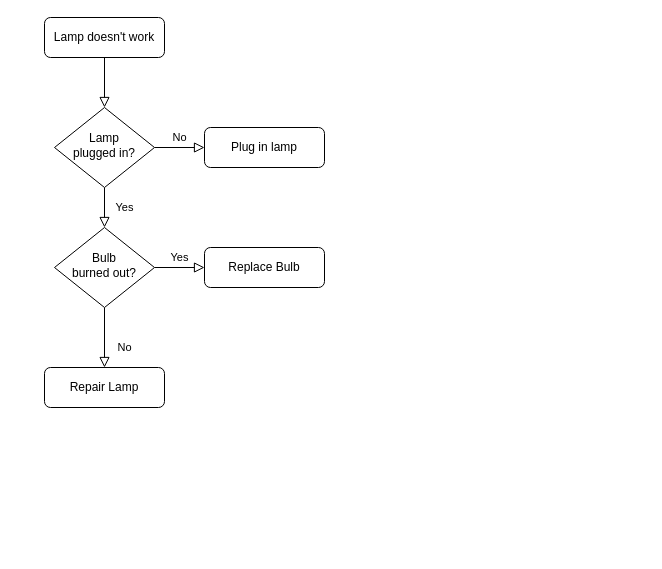
Earlier version of the draw.io diagram Untitled Diagram.drawio (mimcmahon20/Path-Finder). Source tidied: cells renumbered, new cells numbered last; positions are measured from the earlier drawing's top-left corner, leaving out a move shared by most shapes. Both pictures are drawn from the tidied source at 100%, with x=0, y=0 at pixel (44, 17).
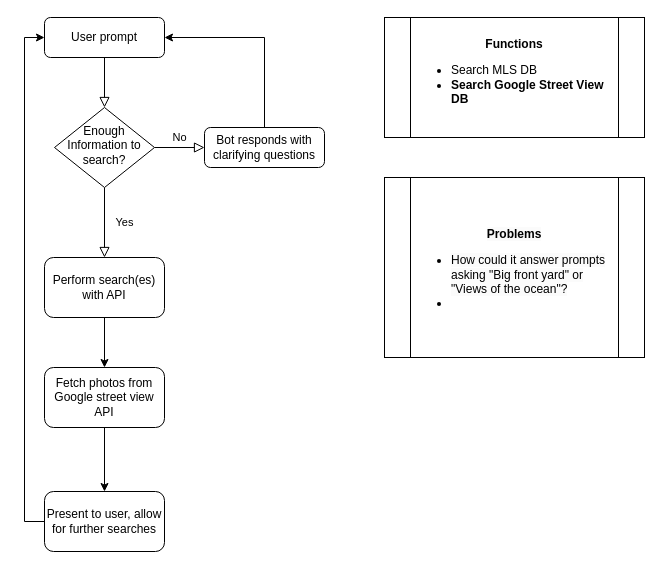
The same diagram, later.

What changed in the source:
```diff
@@
 <mxGraphModel>
   <root>
     <mxCell id="0" />
     <mxCell id="1" parent="0" />
     <mxCell id="2" style="rounded=0;html=1;jettySize=auto;fontSize=11;endArrow=block;endFill=0;endSize=8;strokeWidth=1;shadow=0;labelBackgroundColor=none;edgeStyle=orthogonalEdgeStyle;" parent="1" edge="1" source="3" target="6">
       <mxGeometry relative="1" as="geometry" />
     </mxCell>
-    <mxCell id="3" value="Lamp doesn't work" style="rounded=1;whiteSpace=wrap;html=1;fontSize=12;glass=0;strokeWidth=1;shadow=0;" parent="1" vertex="1">
+    <mxCell id="3" value="User prompt" style="rounded=1;whiteSpace=wrap;html=1;fontSize=12;glass=0;strokeWidth=1;shadow=0;" parent="1" vertex="1">
       <mxGeometry width="120" height="40" as="geometry" />
     </mxCell>
-    <mxCell id="4" value="Yes" style="rounded=0;html=1;jettySize=auto;fontSize=11;endArrow=block;endFill=0;endSize=8;strokeWidth=1;shadow=0;labelBackgroundColor=none;edgeStyle=orthogonalEdgeStyle;" parent="1" edge="1" source="6" target="10">
+    <mxCell id="4" value="Yes" style="rounded=0;html=1;jettySize=auto;fontSize=11;endArrow=block;endFill=0;endSize=8;strokeWidth=1;shadow=0;labelBackgroundColor=none;edgeStyle=orthogonalEdgeStyle;" parent="1" edge="1" source="6" target="17">
       <mxGeometry y="20" relative="1" as="geometry" />
     </mxCell>
     <mxCell id="5" value="No" style="edgeStyle=orthogonalEdgeStyle;rounded=0;html=1;jettySize=auto;fontSize=11;endArrow=block;endFill=0;endSize=8;strokeWidth=1;shadow=0;labelBackgroundColor=none;" parent="1" edge="1" source="6" target="7">
       <mxGeometry y="10" relative="1" as="geometry" />
     </mxCell>
-    <mxCell id="6" value="Lamp&lt;br&gt;plugged in?" style="rhombus;whiteSpace=wrap;html=1;shadow=0;fontFamily=Helvetica;fontSize=12;align=center;strokeWidth=1;spacing=6;spacingTop=-4;" parent="1" vertex="1">
+    <mxCell id="6" value="Enough Information to search?" style="rhombus;whiteSpace=wrap;html=1;shadow=0;fontFamily=Helvetica;fontSize=12;align=center;strokeWidth=1;spacing=6;spacingTop=-4;" parent="1" vertex="1">
       <mxGeometry x="10" y="90" width="100" height="80" as="geometry" />
     </mxCell>
+    <mxCell id="13" style="edgeStyle=orthogonalEdgeStyle;rounded=0;jettySize=auto;html=1;entryX=1;entryY=0.5;entryDx=0;entryDy=0;" parent="1" edge="1" source="7" target="3">
+      <mxGeometry relative="1" as="geometry">
+        <Array as="points">
+          <mxPoint x="220" y="20" />
+        </Array>
+      </mxGeometry>
+    </mxCell>
-    <mxCell id="7" value="Plug in lamp" style="rounded=1;whiteSpace=wrap;html=1;fontSize=12;glass=0;strokeWidth=1;shadow=0;" parent="1" vertex="1">
+    <mxCell id="7" value="Bot responds with clarifying questions" style="rounded=1;whiteSpace=wrap;html=1;fontSize=12;glass=0;strokeWidth=1;shadow=0;" parent="1" vertex="1">
       <mxGeometry x="160" y="110" width="120" height="40" as="geometry" />
     </mxCell>
-    <mxCell id="8" value="No" style="rounded=0;html=1;jettySize=auto;fontSize=11;endArrow=block;endFill=0;endSize=8;strokeWidth=1;shadow=0;labelBackgroundColor=none;edgeStyle=orthogonalEdgeStyle;" parent="1" edge="1" source="10" target="11">
-      <mxGeometry x="0.33" y="20" relative="1" as="geometry" />
-    </mxCell>
-    <mxCell id="9" value="Yes" style="edgeStyle=orthogonalEdgeStyle;rounded=0;html=1;jettySize=auto;fontSize=11;endArrow=block;endFill=0;endSize=8;strokeWidth=1;shadow=0;labelBackgroundColor=none;" parent="1" edge="1" source="10" target="12">
-      <mxGeometry y="10" relative="1" as="geometry" />
-    </mxCell>
-    <mxCell id="10" value="Bulb&lt;br&gt;burned out?" style="rhombus;whiteSpace=wrap;html=1;shadow=0;fontFamily=Helvetica;fontSize=12;align=center;strokeWidth=1;spacing=6;spacingTop=-4;" parent="1" vertex="1">
-      <mxGeometry x="10" y="210" width="100" height="80" as="geometry" />
-    </mxCell>
-    <mxCell id="11" value="Repair Lamp" style="rounded=1;whiteSpace=wrap;html=1;fontSize=12;glass=0;strokeWidth=1;shadow=0;" parent="1" vertex="1">
-      <mxGeometry y="350" width="120" height="40" as="geometry" />
-    </mxCell>
-    <mxCell id="12" value="Replace Bulb" style="rounded=1;whiteSpace=wrap;html=1;fontSize=12;glass=0;strokeWidth=1;shadow=0;" parent="1" vertex="1">
-      <mxGeometry x="160" y="230" width="120" height="40" as="geometry" />
-    </mxCell>
+    <mxCell id="14" style="edgeStyle=orthogonalEdgeStyle;rounded=0;jettySize=auto;html=1;exitX=0.5;exitY=1;exitDx=0;exitDy=0;entryX=0.5;entryY=0;entryDx=0;entryDy=0;" parent="1" edge="1" source="15" target="19">
+      <mxGeometry relative="1" as="geometry" />
+    </mxCell>
+    <mxCell id="15" value="Fetch photos from Google street view API" style="rounded=1;whiteSpace=wrap;html=1;" parent="1" vertex="1">
+      <mxGeometry y="350" width="120" height="60" as="geometry" />
+    </mxCell>
+    <mxCell id="16" style="edgeStyle=orthogonalEdgeStyle;rounded=0;jettySize=auto;html=1;entryX=0.5;entryY=0;entryDx=0;entryDy=0;" parent="1" edge="1" source="17" target="15">
+      <mxGeometry relative="1" as="geometry" />
+    </mxCell>
+    <mxCell id="17" value="Perform search(es) with API" style="rounded=1;whiteSpace=wrap;html=1;" parent="1" vertex="1">
+      <mxGeometry y="240" width="120" height="60" as="geometry" />
+    </mxCell>
+    <mxCell id="18" style="edgeStyle=orthogonalEdgeStyle;rounded=0;jettySize=auto;html=1;exitX=0;exitY=0.5;exitDx=0;exitDy=0;entryX=0;entryY=0.5;entryDx=0;entryDy=0;" parent="1" edge="1" source="19" target="3">
+      <mxGeometry relative="1" as="geometry" />
+    </mxCell>
+    <mxCell id="19" value="Present to user, allow for further searches" style="whiteSpace=wrap;html=1;rounded=1;" parent="1" vertex="1">
+      <mxGeometry y="474" width="120" height="60" as="geometry" />
+    </mxCell>
+    <mxCell id="20" value="&lt;b&gt;Functions&lt;br&gt;&lt;div style=&quot;text-align: left;&quot;&gt;&lt;ul&gt;&lt;li&gt;&lt;span style=&quot;background-color: initial; font-weight: normal;&quot;&gt;Search MLS DB&lt;/span&gt;&lt;/li&gt;&lt;li&gt;&lt;span style=&quot;background-color: initial;&quot;&gt;Search Google Street View DB&lt;/span&gt;&lt;/li&gt;&lt;/ul&gt;&lt;/div&gt;&lt;/b&gt;" style="shape=process;whiteSpace=wrap;html=1;backgroundOutline=1;" parent="1" vertex="1">
+      <mxGeometry x="340" width="260" height="120" as="geometry" />
+    </mxCell>
+    <mxCell id="21" value="&lt;br&gt;&lt;b&gt;&lt;span style=&quot;color: rgb(0, 0, 0); font-family: Helvetica; font-size: 12px; font-style: normal; font-variant-ligatures: normal; font-variant-caps: normal; letter-spacing: normal; orphans: 2; text-align: center; text-indent: 0px; text-transform: none; widows: 2; word-spacing: 0px; -webkit-text-stroke-width: 0px; background-color: rgb(251, 251, 251); text-decoration-thickness: initial; text-decoration-style: initial; text-decoration-color: initial; float: none; display: inline !important;&quot;&gt;Problems&lt;/span&gt;&lt;br style=&quot;border-color: var(--border-color); color: rgb(0, 0, 0); font-family: Helvetica; font-size: 12px; font-style: normal; font-variant-ligatures: normal; font-variant-caps: normal; letter-spacing: normal; orphans: 2; text-align: center; text-indent: 0px; text-transform: none; widows: 2; word-spacing: 0px; -webkit-text-stroke-width: 0px; background-color: rgb(251, 251, 251); text-decoration-thickness: initial; text-decoration-style: initial; text-decoration-color: initial;&quot;&gt;&lt;ul&gt;&lt;li style=&quot;text-align: left;&quot;&gt;&lt;span style=&quot;color: rgb(0, 0, 0); font-family: Helvetica; font-size: 12px; font-style: normal; font-variant-ligatures: normal; font-variant-caps: normal; font-weight: 400; letter-spacing: normal; orphans: 2; text-indent: 0px; text-transform: none; widows: 2; word-spacing: 0px; -webkit-text-stroke-width: 0px; background-color: rgb(251, 251, 251); text-decoration-thickness: initial; text-decoration-style: initial; text-decoration-color: initial; float: none; display: inline !important;&quot;&gt;How could it answer prompts asking &quot;Big front yard&quot; or &quot;Views of the ocean&quot;?&lt;/span&gt;&lt;/li&gt;&lt;li style=&quot;text-align: left;&quot;&gt;&lt;span style=&quot;color: rgb(0, 0, 0); font-family: Helvetica; font-size: 12px; font-style: normal; font-variant-ligatures: normal; font-variant-caps: normal; font-weight: 400; letter-spacing: normal; orphans: 2; text-indent: 0px; text-transform: none; widows: 2; word-spacing: 0px; -webkit-text-stroke-width: 0px; background-color: rgb(251, 251, 251); text-decoration-thickness: initial; text-decoration-style: initial; text-decoration-color: initial; float: none; display: inline !important;&quot;&gt;&lt;br&gt;&lt;/span&gt;&lt;/li&gt;&lt;/ul&gt;&lt;/b&gt;" style="shape=process;whiteSpace=wrap;html=1;backgroundOutline=1;" parent="1" vertex="1">
+      <mxGeometry x="340" y="160" width="260" height="180" as="geometry" />
+    </mxCell>
   </root>
 </mxGraphModel>
```
